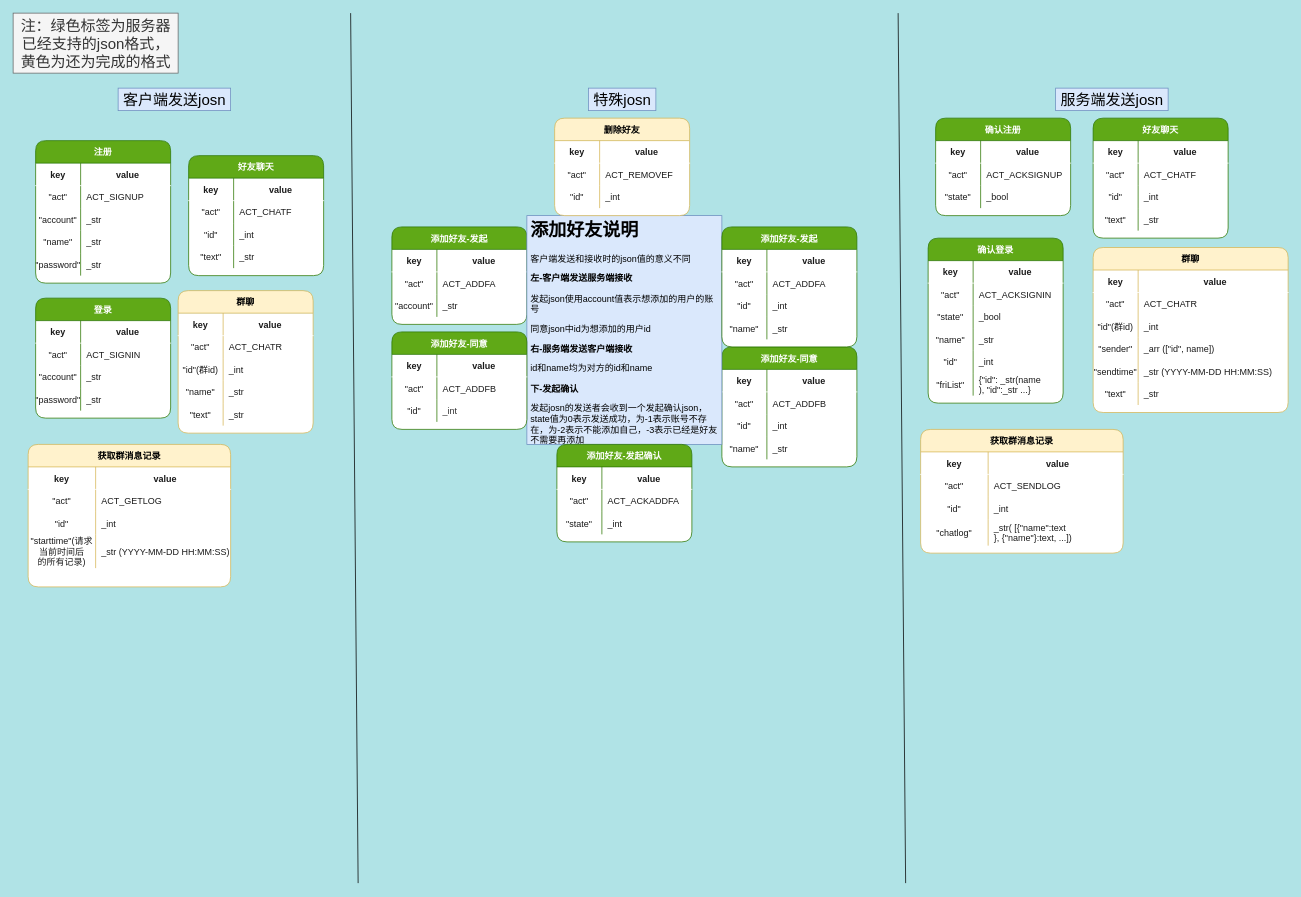
The draw.io diagram json类型约定.drawio in leo-zhang-git/Gchatpro-file, before the edit. Source tidied: cells renumbered, new cells numbered last; positions are measured from the earlier drawing's top-left corner, leaving out a move shared by most shapes. Both pictures are drawn from the tidied source at 75%, with x=0, y=0 at pixel (13, 13).
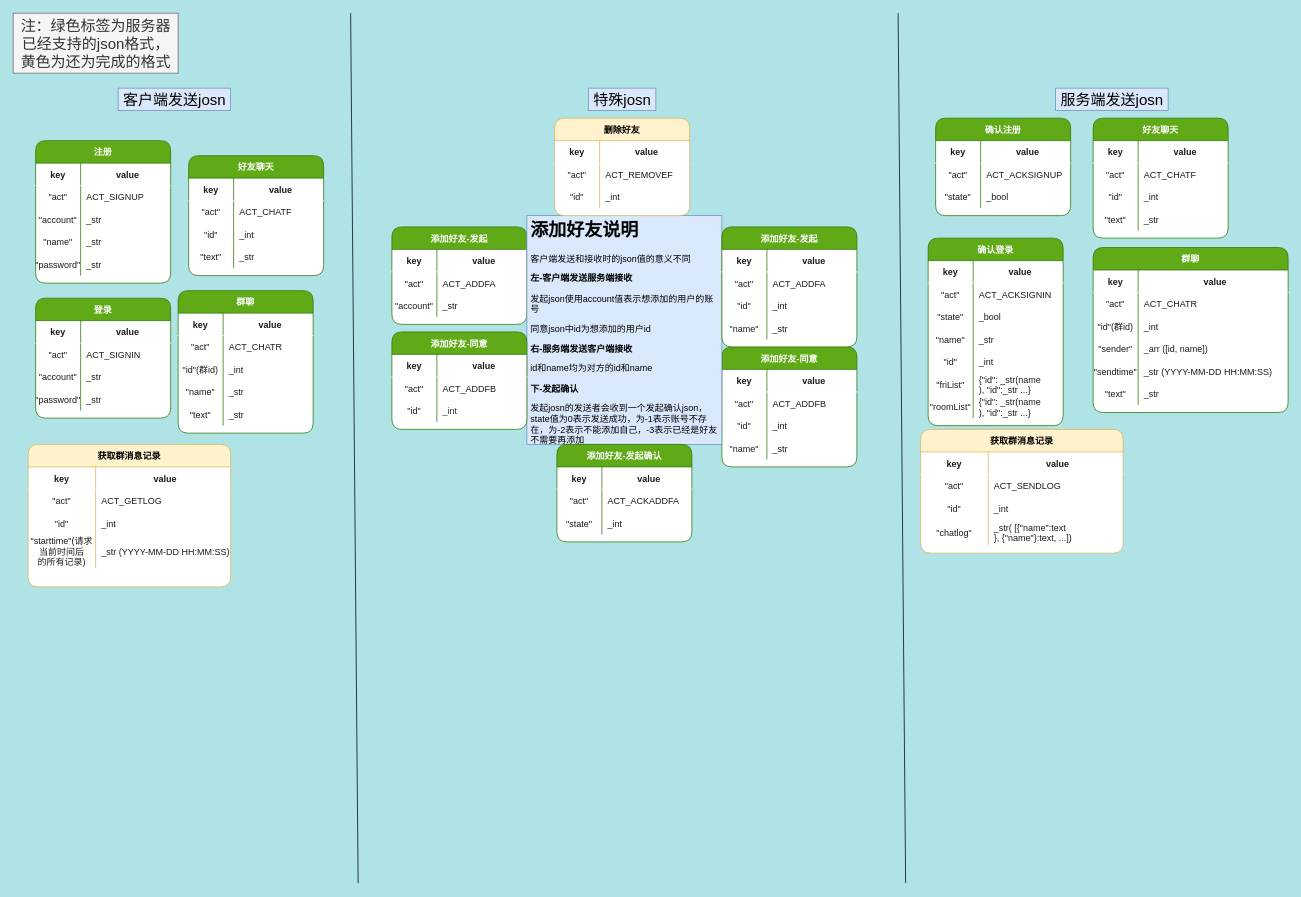
After the change.

Commit message:
服务器在线群聊完成，登录json添加roomList

The change refers to these unchanged cells:
```xml
<mxCell id="180" style="shape=tableRow;horizontal=0;startSize=0;swimlaneHead=0;swimlaneBody=0;fillColor=none;top=0;left=0;right=0;bottom=0;rounded=1;shadow=0;fontColor=#1A1A1A;strokeColor=#FFFFFF;" parent="170" vertex="1">
  <mxGeometry y="120" width="260" height="30" as="geometry" />
</mxCell>
```

Change to the diagram source:
```diff
@@
     <mxCell id="55" value="确认登录" style="shape=table;startSize=30;childLayout=tableLayout;rowLines=0;fontStyle=1;align=center;rounded=1;shadow=0;fillColor=#60a917;strokeColor=#2D7600;fontColor=#ffffff;flipH=1;flipV=0;swimlaneFillColor=default;" parent="1" vertex="1">
-      <mxGeometry x="1220" y="300" width="180" height="220" as="geometry" />
+      <mxGeometry x="1220" y="300" width="180" height="250" as="geometry" />
     </mxCell>
@@
+    <mxCell id="220" style="shape=tableRow;horizontal=0;startSize=0;swimlaneHead=0;swimlaneBody=0;fillColor=none;top=0;left=0;right=0;bottom=0;rounded=1;shadow=0;fontColor=#1A1A1A;strokeColor=#FFFFFF;" parent="55" vertex="1">
+      <mxGeometry y="210" width="180" height="30" as="geometry" />
+    </mxCell>
+    <mxCell id="221" value="&quot;roomList&quot;" style="shape=partialRectangle;fillColor=none;top=0;left=0;bottom=0;right=0;overflow=hidden;rounded=1;shadow=0;fontColor=#1A1A1A;strokeColor=#FFFFFF;" parent="220" vertex="1">
+      <mxGeometry width="60" height="30" as="geometry" />
+    </mxCell>
+    <mxCell id="222" value="{&quot;id&quot;: _str(name&#10;), &quot;id&quot;:_str ...}" style="shape=partialRectangle;fillColor=none;top=0;left=0;bottom=0;right=0;align=left;spacingLeft=6;overflow=hidden;rounded=1;shadow=0;fontColor=#1A1A1A;strokeColor=#FFFFFF;" parent="220" vertex="1">
+      <mxGeometry x="60" width="120" height="30" as="geometry" />
+    </mxCell>
@@
-    <mxCell id="154" value="群聊" style="shape=table;startSize=30;childLayout=tableLayout;rowLines=0;fontStyle=1;align=center;rounded=1;shadow=0;fillColor=#fff2cc;strokeColor=#d6b656;flipH=1;flipV=0;swimlaneFillColor=default;" parent="1" vertex="1">
+    <mxCell id="154" value="群聊" style="shape=table;startSize=30;childLayout=tableLayout;rowLines=0;fontStyle=1;align=center;rounded=1;shadow=0;fillColor=#60a917;strokeColor=#2D7600;flipH=1;flipV=0;swimlaneFillColor=default;fontColor=#ffffff;" parent="1" vertex="1">
       <mxGeometry x="220" y="370" width="180" height="190" as="geometry" />
     </mxCell>
@@
-    <mxCell id="170" value="群聊" style="shape=table;startSize=30;childLayout=tableLayout;rowLines=0;fontStyle=1;align=center;rounded=1;shadow=0;fillColor=#fff2cc;strokeColor=#d6b656;flipH=1;flipV=0;swimlaneFillColor=default;" parent="1" vertex="1">
+    <mxCell id="170" value="群聊" style="shape=table;startSize=30;childLayout=tableLayout;rowLines=0;fontStyle=1;align=center;rounded=1;shadow=0;fillColor=#60a917;strokeColor=#2D7600;flipH=1;flipV=0;swimlaneFillColor=default;fontColor=#ffffff;" parent="1" vertex="1">
       <mxGeometry x="1440" y="312.5" width="260" height="220" as="geometry" />
     </mxCell>
@@
-    <mxCell id="182" value="_arr ([&quot;id&quot;, name])" style="shape=partialRectangle;fillColor=none;top=0;left=0;bottom=0;right=0;align=left;spacingLeft=6;overflow=hidden;rounded=1;shadow=0;fontColor=#1A1A1A;strokeColor=#FFFFFF;" parent="180" vertex="1">
+    <mxCell id="182" value="_arr ([id, name])" style="shape=partialRectangle;fillColor=none;top=0;left=0;bottom=0;right=0;align=left;spacingLeft=6;overflow=hidden;rounded=1;shadow=0;fontColor=#1A1A1A;strokeColor=#FFFFFF;" parent="180" vertex="1">
       <mxGeometry x="60" width="200" height="30" as="geometry" />
     </mxCell>
```
